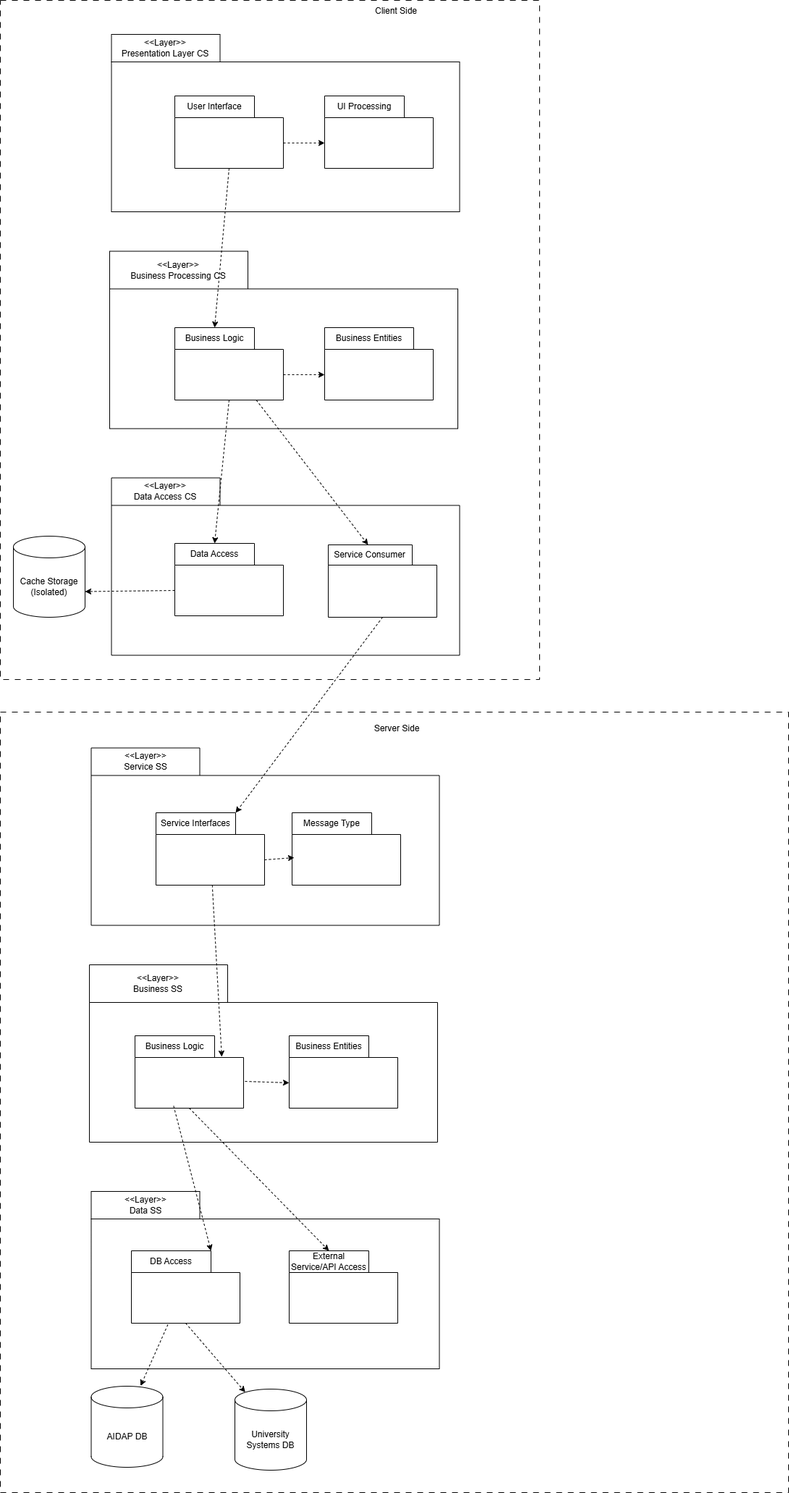
This is iterations/iteration-artifacts/iteration2_logical.drawio.png from OTUSOFE365025/project-group-18-crn-43510, a draw.io export, as it was before one commit. Source tidied: cells renumbered, new cells last; positions are measured from the earlier drawing's top-left corner, leaving out a move shared by most shapes.
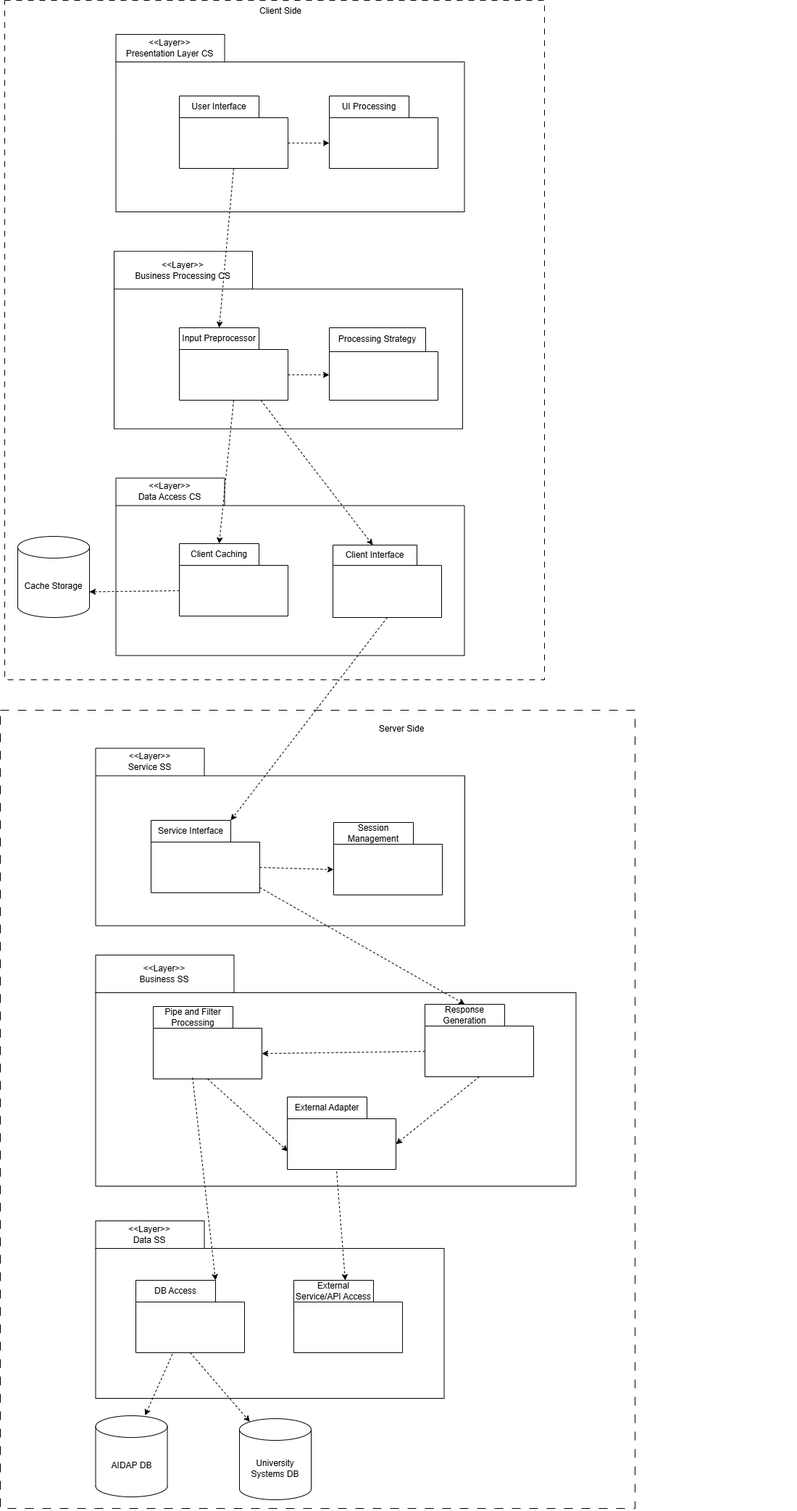
The same diagram one commit later.

Commit message:
Fix Iteration 2 Step 5 wording, complete logical diagram for iteration 2

Diff of the diagram source:
```diff
@@ -8,3 +8,3 @@
     <mxCell id="3" value="Client Side" style="text;html=1;align=center;verticalAlign=middle;whiteSpace=wrap;rounded=0;" parent="1" vertex="1">
-      <mxGeometry x="489" width="116" height="30" as="geometry" />
+      <mxGeometry x="323" width="116" height="30" as="geometry" />
     </mxCell>
@@ -13,8 +13,8 @@
     </mxCell>
-    <mxCell id="5" style="group;" parent="1" vertex="1">
-      <mxGeometry y="983" width="1089" height="1078" as="geometry" />
+    <mxCell id="5" style="group;dashed=1;dashPattern=8 8;" parent="1" vertex="1">
+      <mxGeometry y="983" width="1093" height="1102" as="geometry" />
     </mxCell>
-    <mxCell id="6" style="rounded=0;whiteSpace=wrap;html=1;dashed=1;dashPattern=8 8;" parent="5" vertex="1">
-      <mxGeometry width="1089" height="1078" as="geometry" />
-    </mxCell>
+    <mxCell id="55" style="rounded=0;whiteSpace=wrap;html=1;dashed=1;dashPattern=12 12;" parent="5" vertex="1">
+      <mxGeometry x="-6" y="-3" width="876" height="1102" as="geometry" />
+    </mxCell>
     <mxCell id="7" value="Server Side" style="text;html=1;align=center;verticalAlign=middle;whiteSpace=wrap;rounded=0;" parent="5" vertex="1">
@@ -23,12 +23,9 @@
     <mxCell id="8" value="&lt;div&gt;&lt;span style=&quot;font-weight: 400;&quot;&gt;&amp;lt;&amp;lt;Layer&amp;gt;&amp;gt;&lt;/span&gt;&lt;/div&gt;&lt;span style=&quot;font-weight: normal;&quot;&gt;Service SS&lt;/span&gt;" style="shape=folder;fontStyle=1;tabWidth=150;tabHeight=38;tabPosition=left;html=1;boundedLbl=1;labelInHeader=1;whiteSpace=wrap;" parent="5" vertex="1">
-      <mxGeometry x="125.5" y="49.5" width="481" height="245" as="geometry" />
+      <mxGeometry x="125.5" y="49.5" width="509.5" height="245" as="geometry" />
     </mxCell>
     <mxCell id="9" value="&lt;div&gt;&lt;span style=&quot;font-weight: 400;&quot;&gt;&amp;lt;&amp;lt;Layer&amp;gt;&amp;gt;&lt;/span&gt;&lt;/div&gt;&lt;span style=&quot;font-weight: normal;&quot;&gt;Business SS&lt;/span&gt;" style="shape=folder;fontStyle=1;tabWidth=191;tabHeight=52;tabPosition=left;html=1;boundedLbl=1;labelInHeader=1;whiteSpace=wrap;" parent="5" vertex="1">
-      <mxGeometry x="123" y="349" width="481" height="245" as="geometry" />
+      <mxGeometry x="125.5" y="335" width="663" height="319" as="geometry" />
     </mxCell>
-    <mxCell id="10" value="&lt;div&gt;&lt;span style=&quot;font-weight: 400;&quot;&gt;&amp;lt;&amp;lt;Layer&amp;gt;&amp;gt;&lt;/span&gt;&lt;/div&gt;&lt;span style=&quot;font-weight: normal;&quot;&gt;Data SS&lt;/span&gt;" style="shape=folder;fontStyle=1;tabWidth=150;tabHeight=38;tabPosition=left;html=1;boundedLbl=1;labelInHeader=1;whiteSpace=wrap;" parent="5" vertex="1">
-      <mxGeometry x="125.5" y="662" width="481" height="245" as="geometry" />
-    </mxCell>
-    <mxCell id="11" value="&lt;span style=&quot;font-weight: normal;&quot;&gt;Service Interfaces&lt;/span&gt;" style="shape=folder;fontStyle=1;tabWidth=110;tabHeight=30;tabPosition=left;html=1;boundedLbl=1;labelInHeader=1;whiteSpace=wrap;" parent="5" vertex="1">
-      <mxGeometry x="215" y="139" width="150" height="100" as="geometry" />
+    <mxCell id="11" value="&lt;span style=&quot;font-weight: normal;&quot;&gt;Service Interface&lt;/span&gt;" style="shape=folder;fontStyle=1;tabWidth=110;tabHeight=30;tabPosition=left;html=1;boundedLbl=1;labelInHeader=1;whiteSpace=wrap;" parent="5" vertex="1">
+      <mxGeometry x="202" y="149" width="150" height="100" as="geometry" />
     </mxCell>
@@ -39,4 +36,4 @@
     </mxCell>
-    <mxCell id="13" value="&lt;span style=&quot;font-weight: normal;&quot;&gt;Message Type&lt;/span&gt;" style="shape=folder;fontStyle=1;tabWidth=110;tabHeight=30;tabPosition=left;html=1;boundedLbl=1;labelInHeader=1;whiteSpace=wrap;" parent="5" vertex="1">
-      <mxGeometry x="403" y="139" width="150" height="100" as="geometry" />
+    <mxCell id="13" value="&lt;span style=&quot;font-weight: normal;&quot;&gt;Session Management&lt;/span&gt;" style="shape=folder;fontStyle=1;tabWidth=110;tabHeight=30;tabPosition=left;html=1;boundedLbl=1;labelInHeader=1;whiteSpace=wrap;" parent="5" vertex="1">
+      <mxGeometry x="454" y="152" width="150" height="100" as="geometry" />
     </mxCell>
@@ -47,4 +44,4 @@
     </mxCell>
-    <mxCell id="15" value="&lt;span style=&quot;font-weight: normal;&quot;&gt;Business Logic&lt;/span&gt;" style="shape=folder;fontStyle=1;tabWidth=110;tabHeight=30;tabPosition=left;html=1;boundedLbl=1;labelInHeader=1;whiteSpace=wrap;" parent="5" vertex="1">
-      <mxGeometry x="186" y="447" width="150" height="100" as="geometry" />
+    <mxCell id="15" value="&lt;span style=&quot;font-weight: normal;&quot;&gt;Pipe and Filter Processing&lt;/span&gt;" style="shape=folder;fontStyle=1;tabWidth=110;tabHeight=30;tabPosition=left;html=1;boundedLbl=1;labelInHeader=1;whiteSpace=wrap;" parent="5" vertex="1">
+      <mxGeometry x="205" y="406" width="150" height="100" as="geometry" />
     </mxCell>
@@ -55,4 +52,4 @@
     </mxCell>
-    <mxCell id="17" value="&lt;span style=&quot;font-weight: normal;&quot;&gt;Business Entities&lt;/span&gt;" style="shape=folder;fontStyle=1;tabWidth=110;tabHeight=30;tabPosition=left;html=1;boundedLbl=1;labelInHeader=1;whiteSpace=wrap;" parent="5" vertex="1">
-      <mxGeometry x="399" y="447" width="150" height="100" as="geometry" />
+    <mxCell id="17" value="&lt;span style=&quot;font-weight: normal;&quot;&gt;Response Generation&lt;/span&gt;" style="shape=folder;fontStyle=1;tabWidth=110;tabHeight=30;tabPosition=left;html=1;boundedLbl=1;labelInHeader=1;whiteSpace=wrap;" parent="5" vertex="1">
+      <mxGeometry x="580" y="403" width="150" height="100" as="geometry" />
     </mxCell>
@@ -63,4 +60,24 @@
     </mxCell>
+    <mxCell id="28" style="html=1;labelBackgroundColor=#ffffff;startArrow=none;startFill=0;startSize=6;endArrow=classic;endFill=1;endSize=6;jettySize=auto;strokeWidth=1;dashed=1;fontSize=14;entryX=0;entryY=0;entryDx=55;entryDy=0;entryPerimeter=0;" parent="5" edge="1" source="11" target="17">
+      <mxGeometry relative="1" as="geometry" />
+    </mxCell>
+    <mxCell id="29" style="html=1;labelBackgroundColor=#ffffff;startArrow=none;startFill=0;startSize=6;endArrow=classic;endFill=1;endSize=6;jettySize=auto;strokeWidth=1;dashed=1;fontSize=14;exitX=0;exitY=0;exitDx=0;exitDy=65;exitPerimeter=0;entryX=0;entryY=0;entryDx=150;entryDy=65;entryPerimeter=0;" parent="5" edge="1" source="17" target="15">
+      <mxGeometry relative="1" as="geometry" />
+    </mxCell>
+    <mxCell id="56" style="html=1;labelBackgroundColor=#ffffff;startArrow=none;startFill=0;startSize=6;endArrow=classic;endFill=1;endSize=6;jettySize=auto;strokeWidth=1;dashed=1;fontSize=14;exitX=0;exitY=0;exitDx=150;exitDy=65;exitPerimeter=0;entryX=0;entryY=0;entryDx=0;entryDy=65;entryPerimeter=0;" parent="5" edge="1" source="11" target="13">
+      <mxGeometry relative="1" as="geometry" />
+    </mxCell>
+    <mxCell id="10" value="&lt;div&gt;&lt;span style=&quot;font-weight: 400;&quot;&gt;&amp;lt;&amp;lt;Layer&amp;gt;&amp;gt;&lt;/span&gt;&lt;/div&gt;&lt;span style=&quot;font-weight: normal;&quot;&gt;Data SS&lt;/span&gt;" style="shape=folder;fontStyle=1;tabWidth=150;tabHeight=38;tabPosition=left;html=1;boundedLbl=1;labelInHeader=1;whiteSpace=wrap;" parent="5" vertex="1">
+      <mxGeometry x="125.5" y="702" width="481" height="245" as="geometry" />
+    </mxCell>
+    <mxCell id="21" value="&lt;span style=&quot;font-weight: normal;&quot;&gt;External Service/API Access&lt;/span&gt;" style="shape=folder;fontStyle=1;tabWidth=110;tabHeight=30;tabPosition=left;html=1;boundedLbl=1;labelInHeader=1;whiteSpace=wrap;" parent="5" vertex="1">
+      <mxGeometry x="399" y="784" width="150" height="100" as="geometry" />
+    </mxCell>
+    <mxCell id="22" style="html=1;strokeColor=none;fillColor=none;whiteSpace=wrap;" parent="21" vertex="1">
+      <mxGeometry width="150" height="70" relative="1" as="geometry">
+        <mxPoint y="30" as="offset" />
+      </mxGeometry>
+    </mxCell>
     <mxCell id="19" value="&lt;span style=&quot;font-weight: normal;&quot;&gt;DB Access&lt;/span&gt;" style="shape=folder;fontStyle=1;tabWidth=110;tabHeight=30;tabPosition=left;html=1;boundedLbl=1;labelInHeader=1;whiteSpace=wrap;" parent="5" vertex="1">
-      <mxGeometry x="181" y="744" width="150" height="100" as="geometry" />
+      <mxGeometry x="181" y="784" width="150" height="100" as="geometry" />
     </mxCell>
@@ -71,19 +88,8 @@
     </mxCell>
-    <mxCell id="21" value="&lt;span style=&quot;font-weight: normal;&quot;&gt;External Service/API Access&lt;/span&gt;" style="shape=folder;fontStyle=1;tabWidth=110;tabHeight=30;tabPosition=left;html=1;boundedLbl=1;labelInHeader=1;whiteSpace=wrap;" parent="5" vertex="1">
-      <mxGeometry x="399" y="744" width="150" height="100" as="geometry" />
-    </mxCell>
-    <mxCell id="22" style="html=1;strokeColor=none;fillColor=none;whiteSpace=wrap;" parent="21" vertex="1">
-      <mxGeometry width="150" height="70" relative="1" as="geometry">
-        <mxPoint y="30" as="offset" />
-      </mxGeometry>
-    </mxCell>
     <mxCell id="23" value="AIDAP DB" style="shape=cylinder3;whiteSpace=wrap;html=1;boundedLbl=1;backgroundOutline=1;size=15;" parent="5" vertex="1">
-      <mxGeometry x="125.5" y="931" width="99" height="112" as="geometry" />
+      <mxGeometry x="125.5" y="971" width="99" height="112" as="geometry" />
     </mxCell>
     <mxCell id="24" value="University Systems DB" style="shape=cylinder3;whiteSpace=wrap;html=1;boundedLbl=1;backgroundOutline=1;size=15;" parent="5" vertex="1">
-      <mxGeometry x="324" y="935" width="99" height="112" as="geometry" />
+      <mxGeometry x="324" y="975" width="99" height="112" as="geometry" />
     </mxCell>
-    <mxCell id="25" style="html=1;labelBackgroundColor=#ffffff;startArrow=none;startFill=0;startSize=6;endArrow=classic;endFill=1;endSize=6;jettySize=auto;strokeWidth=1;dashed=1;fontSize=14;exitX=0.5;exitY=1;exitDx=0;exitDy=0;exitPerimeter=0;entryX=0;entryY=0;entryDx=55;entryDy=0;entryPerimeter=0;" parent="5" edge="1" source="15" target="21">
-      <mxGeometry relative="1" as="geometry" />
-    </mxCell>
     <mxCell id="26" style="html=1;labelBackgroundColor=#ffffff;startArrow=none;startFill=0;startSize=6;endArrow=classic;endFill=1;endSize=6;jettySize=auto;strokeWidth=1;dashed=1;fontSize=14;exitX=0.5;exitY=1;exitDx=0;exitDy=0;exitPerimeter=0;entryX=0.145;entryY=0;entryDx=0;entryDy=4.35;entryPerimeter=0;" parent="5" edge="1" source="19" target="24">
@@ -94,11 +100,20 @@
     </mxCell>
-    <mxCell id="28" style="html=1;labelBackgroundColor=#ffffff;startArrow=none;startFill=0;startSize=6;endArrow=classic;endFill=1;endSize=6;jettySize=auto;strokeWidth=1;dashed=1;fontSize=14;entryX=0.799;entryY=0.29;entryDx=0;entryDy=0;entryPerimeter=0;" parent="5" edge="1" source="11" target="15">
-      <mxGeometry relative="1" as="geometry" />
-    </mxCell>
-    <mxCell id="29" style="html=1;labelBackgroundColor=#ffffff;startArrow=none;startFill=0;startSize=6;endArrow=classic;endFill=1;endSize=6;jettySize=auto;strokeWidth=1;dashed=1;fontSize=14;entryX=0;entryY=0;entryDx=0;entryDy=65;entryPerimeter=0;" parent="5" edge="1" target="17">
-      <mxGeometry relative="1" as="geometry">
-        <mxPoint x="338" y="510" as="sourcePoint" />
-      </mxGeometry>
-    </mxCell>
+    <mxCell id="57" value="&lt;span style=&quot;font-weight: 400;&quot;&gt;External Adapter&lt;/span&gt;" style="shape=folder;fontStyle=1;tabWidth=110;tabHeight=30;tabPosition=left;html=1;boundedLbl=1;labelInHeader=1;whiteSpace=wrap;" parent="5" vertex="1">
+      <mxGeometry x="390" y="531" width="150" height="100" as="geometry" />
+    </mxCell>
+    <mxCell id="58" style="html=1;strokeColor=none;fillColor=none;whiteSpace=wrap;" parent="57" vertex="1">
+      <mxGeometry width="150" height="70" relative="1" as="geometry">
+        <mxPoint y="30" as="offset" />
+      </mxGeometry>
+    </mxCell>
+    <mxCell id="59" style="html=1;labelBackgroundColor=#ffffff;startArrow=none;startFill=0;startSize=6;endArrow=classic;endFill=1;endSize=6;jettySize=auto;strokeWidth=1;dashed=1;fontSize=14;exitX=0.5;exitY=1;exitDx=0;exitDy=0;exitPerimeter=0;entryX=0.005;entryY=0.749;entryDx=0;entryDy=0;entryPerimeter=0;" parent="5" edge="1" source="15" target="57">
+      <mxGeometry relative="1" as="geometry" />
+    </mxCell>
+    <mxCell id="60" style="html=1;labelBackgroundColor=#ffffff;startArrow=none;startFill=0;startSize=6;endArrow=classic;endFill=1;endSize=6;jettySize=auto;strokeWidth=1;dashed=1;fontSize=14;exitX=0.454;exitY=1.027;exitDx=0;exitDy=0;exitPerimeter=0;" parent="5" edge="1" source="57" target="21">
+      <mxGeometry relative="1" as="geometry" />
+    </mxCell>
+    <mxCell id="61" style="html=1;labelBackgroundColor=#ffffff;startArrow=none;startFill=0;startSize=6;endArrow=classic;endFill=1;endSize=6;jettySize=auto;strokeWidth=1;dashed=1;fontSize=14;exitX=0.5;exitY=1;exitDx=0;exitDy=0;exitPerimeter=0;entryX=0;entryY=0;entryDx=150;entryDy=65;entryPerimeter=0;" parent="5" edge="1" source="17" target="57">
+      <mxGeometry relative="1" as="geometry" />
+    </mxCell>
-    <mxCell id="30" style="html=1;labelBackgroundColor=#ffffff;startArrow=none;startFill=0;startSize=6;endArrow=classic;endFill=1;endSize=6;jettySize=auto;strokeWidth=1;dashed=1;fontSize=14;exitX=0.356;exitY=0.97;exitDx=0;exitDy=0;exitPerimeter=0;entryX=0;entryY=0;entryDx=110;entryDy=0;entryPerimeter=0;" parent="5" edge="1" source="15" target="19">
+    <mxCell id="30" style="html=1;labelBackgroundColor=#ffffff;startArrow=none;startFill=0;startSize=6;endArrow=classic;endFill=1;endSize=6;jettySize=auto;strokeWidth=1;dashed=1;fontSize=14;exitX=0.362;exitY=0.981;exitDx=0;exitDy=0;exitPerimeter=0;entryX=0;entryY=0;entryDx=110;entryDy=0;entryPerimeter=0;" parent="5" edge="1" source="15" target="19">
       <mxGeometry relative="1" as="geometry" />
@@ -111,3 +126,3 @@
     </mxCell>
-    <mxCell id="33" value="Cache Storage (Isolated)" style="shape=cylinder3;whiteSpace=wrap;html=1;boundedLbl=1;backgroundOutline=1;size=15;" parent="1" vertex="1">
+    <mxCell id="33" value="Cache Storage" style="shape=cylinder3;whiteSpace=wrap;html=1;boundedLbl=1;backgroundOutline=1;size=15;" parent="1" vertex="1">
       <mxGeometry x="18" y="740" width="99" height="112" as="geometry" />
@@ -130,7 +145,2 @@
     </mxCell>
-    <mxCell id="38" style="html=1;strokeColor=none;fillColor=none;whiteSpace=wrap;" parent="36" vertex="1">
-      <mxGeometry x="-398.5" y="-112" width="481" height="171.5" as="geometry">
-        <mxPoint y="30" as="offset" />
-      </mxGeometry>
-    </mxCell>
     <mxCell id="39" style="html=1;labelBackgroundColor=#ffffff;startArrow=none;startFill=0;startSize=6;endArrow=classic;endFill=1;endSize=6;jettySize=auto;strokeWidth=1;dashed=1;fontSize=14;exitX=0;exitY=0;exitDx=150;exitDy=65;exitPerimeter=0;entryX=0;entryY=0;entryDx=0;entryDy=65;entryPerimeter=0;" parent="1" edge="1" source="34" target="36">
@@ -141,3 +151,3 @@
     </mxCell>
-    <mxCell id="41" value="&lt;span style=&quot;font-weight: normal;&quot;&gt;Data Access&lt;/span&gt;" style="shape=folder;fontStyle=1;tabWidth=110;tabHeight=30;tabPosition=left;html=1;boundedLbl=1;labelInHeader=1;whiteSpace=wrap;" parent="1" vertex="1">
+    <mxCell id="41" value="&lt;span style=&quot;font-weight: normal;&quot;&gt;Client Caching&lt;/span&gt;" style="shape=folder;fontStyle=1;tabWidth=110;tabHeight=30;tabPosition=left;html=1;boundedLbl=1;labelInHeader=1;whiteSpace=wrap;" parent="1" vertex="1">
       <mxGeometry x="241" y="750" width="150" height="100" as="geometry" />
@@ -149,3 +159,3 @@
     </mxCell>
-    <mxCell id="43" value="&lt;span style=&quot;font-weight: 400;&quot;&gt;Service Consumer&lt;/span&gt;" style="shape=folder;fontStyle=1;tabWidth=116;tabHeight=28;tabPosition=left;html=1;boundedLbl=1;labelInHeader=1;whiteSpace=wrap;" parent="1" vertex="1">
+    <mxCell id="43" value="&lt;span style=&quot;font-weight: 400;&quot;&gt;Client Interface&lt;/span&gt;" style="shape=folder;fontStyle=1;tabWidth=116;tabHeight=28;tabPosition=left;html=1;boundedLbl=1;labelInHeader=1;whiteSpace=wrap;" parent="1" vertex="1">
       <mxGeometry x="453" y="752" width="150" height="100" as="geometry" />
@@ -160,3 +170,3 @@
     </mxCell>
-    <mxCell id="46" value="&lt;span style=&quot;font-weight: normal;&quot;&gt;Business Logic&lt;/span&gt;" style="shape=folder;fontStyle=1;tabWidth=110;tabHeight=30;tabPosition=left;html=1;boundedLbl=1;labelInHeader=1;whiteSpace=wrap;" parent="1" vertex="1">
+    <mxCell id="46" value="&lt;span style=&quot;font-weight: normal;&quot;&gt;Input Preprocessor&lt;/span&gt;" style="shape=folder;fontStyle=1;tabWidth=110;tabHeight=30;tabPosition=left;html=1;boundedLbl=1;labelInHeader=1;whiteSpace=wrap;" parent="1" vertex="1">
       <mxGeometry x="241" y="452" width="150" height="100" as="geometry" />
@@ -168,3 +178,3 @@
     </mxCell>
-    <mxCell id="48" value="&lt;span style=&quot;font-weight: 400;&quot;&gt;Business Entities&lt;/span&gt;" style="shape=folder;fontStyle=1;tabWidth=123;tabHeight=30;tabPosition=left;html=1;boundedLbl=1;labelInHeader=1;whiteSpace=wrap;" parent="1" vertex="1">
+    <mxCell id="48" value="&lt;span style=&quot;font-weight: normal;&quot;&gt;Processing Strategy&lt;/span&gt;" style="shape=folder;fontStyle=1;tabWidth=133;tabHeight=33;tabPosition=left;html=1;boundedLbl=1;labelInHeader=1;whiteSpace=wrap;" parent="1" vertex="1">
       <mxGeometry x="448" y="452" width="150" height="100" as="geometry" />
@@ -188,7 +198,2 @@
     </mxCell>
-    <mxCell id="54" style="html=1;labelBackgroundColor=#ffffff;startArrow=none;startFill=0;startSize=6;endArrow=classic;endFill=1;endSize=6;jettySize=auto;strokeWidth=1;dashed=1;fontSize=14;exitX=0;exitY=0;exitDx=150;exitDy=65;exitPerimeter=0;" parent="1" edge="1" source="11">
-      <mxGeometry relative="1" as="geometry">
-        <mxPoint x="406" y="1184" as="targetPoint" />
-      </mxGeometry>
-    </mxCell>
   </root>
```
